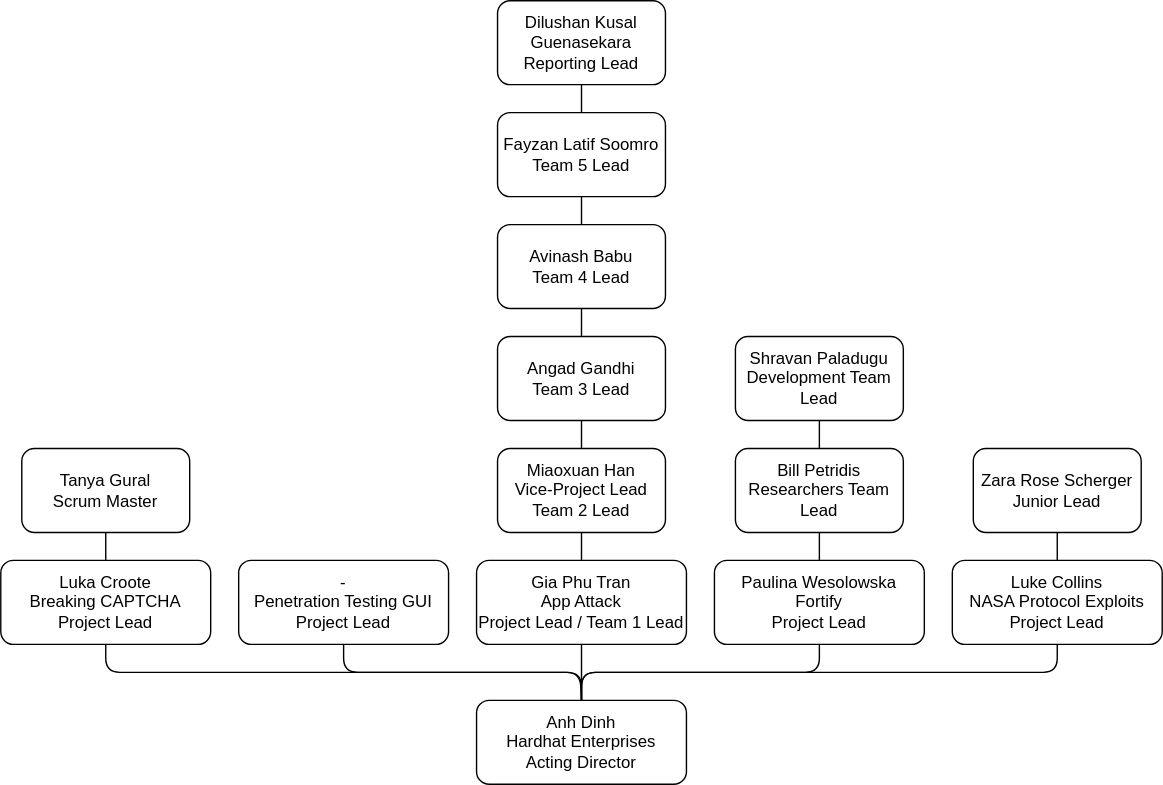
lukegcollins/hardhat-company-docs keeps this draw.io diagram as Task 4.1P - Company Progress Report/LeadershipTeam.drawio.svg. Above is the earlier version. Source tidied: cells renumbered, new cells last; positions are measured from the earlier drawing's top-left corner, leaving out a move shared by most shapes. Its diagram source:
```xml
<mxGraphModel>
  <root>
    <mxCell id="0" />
    <mxCell id="1" parent="0" />
    <mxCell id="2" value="Anh Dinh&lt;br&gt;Hardhat Enterprises&lt;br&gt;Acting Director" style="rounded=1;whiteSpace=wrap;html=1;" parent="1" vertex="1">
      <mxGeometry x="340" y="500" width="150" height="60" as="geometry" />
    </mxCell>
    <mxCell id="3" value="-&lt;br&gt;Penetration Testing GUI&lt;br&gt;Project Lead" style="rounded=1;whiteSpace=wrap;html=1;" parent="1" vertex="1">
      <mxGeometry x="170" y="400" width="150" height="60" as="geometry" />
    </mxCell>
    <mxCell id="4" value="Luke Collins&lt;br&gt;NASA Protocol Exploits&lt;br&gt;Project Lead" style="rounded=1;whiteSpace=wrap;html=1;" parent="1" vertex="1">
      <mxGeometry x="680" y="400" width="150" height="60" as="geometry" />
    </mxCell>
    <mxCell id="5" value="Luka Croote&lt;br&gt;Breaking CAPTCHA&lt;br&gt;Project Lead" style="rounded=1;whiteSpace=wrap;html=1;" parent="1" vertex="1">
      <mxGeometry y="400" width="150" height="60" as="geometry" />
    </mxCell>
    <mxCell id="6" value="Paulina Wesolowska&lt;br&gt;Fortify&lt;br&gt;Project Lead" style="rounded=1;whiteSpace=wrap;html=1;" parent="1" vertex="1">
      <mxGeometry x="510" y="400" width="150" height="60" as="geometry" />
    </mxCell>
    <mxCell id="7" value="Gia Phu Tran&lt;br&gt;App Attack&lt;br&gt;Project Lead / Team 1 Lead" style="rounded=1;whiteSpace=wrap;html=1;" parent="1" vertex="1">
      <mxGeometry x="340" y="400" width="150" height="60" as="geometry" />
    </mxCell>
    <mxCell id="8" value="Tanya Gural&lt;br&gt;Scrum Master" style="rounded=1;whiteSpace=wrap;html=1;" parent="1" vertex="1">
      <mxGeometry x="15" y="320" width="120" height="60" as="geometry" />
    </mxCell>
    <mxCell id="9" value="Bill Petridis&lt;br&gt;Researchers Team Lead" style="rounded=1;whiteSpace=wrap;html=1;" parent="1" vertex="1">
      <mxGeometry x="525" y="320" width="120" height="60" as="geometry" />
    </mxCell>
    <mxCell id="10" value="Zara Rose Scherger&lt;br&gt;Junior Lead" style="rounded=1;whiteSpace=wrap;html=1;" parent="1" vertex="1">
      <mxGeometry x="695" y="320" width="120" height="60" as="geometry" />
    </mxCell>
    <mxCell id="11" value="Angad Gandhi&lt;br&gt;Team 3 Lead" style="rounded=1;whiteSpace=wrap;html=1;" parent="1" vertex="1">
      <mxGeometry x="355" y="240" width="120" height="60" as="geometry" />
    </mxCell>
    <mxCell id="12" value="Miaoxuan Han&lt;br&gt;Vice-Project Lead&lt;br&gt;Team 2 Lead" style="rounded=1;whiteSpace=wrap;html=1;" parent="1" vertex="1">
      <mxGeometry x="355" y="320" width="120" height="60" as="geometry" />
    </mxCell>
    <mxCell id="13" value="Avinash Babu&lt;br&gt;Team 4 Lead" style="rounded=1;whiteSpace=wrap;html=1;" parent="1" vertex="1">
      <mxGeometry x="355" y="160" width="120" height="60" as="geometry" />
    </mxCell>
    <mxCell id="14" value="Fayzan Latif Soomro&lt;br&gt;Team 5 Lead" style="rounded=1;whiteSpace=wrap;html=1;" parent="1" vertex="1">
      <mxGeometry x="355" y="80" width="120" height="60" as="geometry" />
    </mxCell>
    <mxCell id="15" value="Shravan Paladugu&lt;br&gt;Development Team Lead" style="rounded=1;whiteSpace=wrap;html=1;" parent="1" vertex="1">
      <mxGeometry x="525" y="240" width="120" height="60" as="geometry" />
    </mxCell>
    <mxCell id="16" style="endArrow=none;html=1;exitX=0.5;exitY=0;exitDx=0;exitDy=0;entryX=0.5;entryY=1;entryDx=0;entryDy=0;" parent="1" edge="1" source="4" target="10">
      <mxGeometry relative="1" as="geometry" />
    </mxCell>
    <mxCell id="17" style="endArrow=none;html=1;exitX=0.5;exitY=0;exitDx=0;exitDy=0;entryX=0.5;entryY=1;entryDx=0;entryDy=0;" parent="1" edge="1" source="6" target="9">
      <mxGeometry relative="1" as="geometry" />
    </mxCell>
    <mxCell id="18" style="endArrow=none;html=1;exitX=0.5;exitY=0;exitDx=0;exitDy=0;entryX=0.5;entryY=1;entryDx=0;entryDy=0;" parent="1" edge="1" source="9" target="15">
      <mxGeometry relative="1" as="geometry" />
    </mxCell>
    <mxCell id="19" style="endArrow=none;html=1;exitX=0.5;exitY=0;exitDx=0;exitDy=0;entryX=0.5;entryY=1;entryDx=0;entryDy=0;" parent="1" edge="1" source="7" target="12">
      <mxGeometry relative="1" as="geometry" />
    </mxCell>
    <mxCell id="20" style="endArrow=none;html=1;exitX=0.5;exitY=0;exitDx=0;exitDy=0;entryX=0.5;entryY=1;entryDx=0;entryDy=0;" parent="1" edge="1" source="12" target="11">
      <mxGeometry relative="1" as="geometry" />
    </mxCell>
    <mxCell id="21" style="endArrow=none;html=1;exitX=0.5;exitY=0;exitDx=0;exitDy=0;entryX=0.5;entryY=1;entryDx=0;entryDy=0;" parent="1" edge="1" source="11" target="13">
      <mxGeometry relative="1" as="geometry" />
    </mxCell>
    <mxCell id="22" style="endArrow=none;html=1;exitX=0.5;exitY=0;exitDx=0;exitDy=0;entryX=0.5;entryY=1;entryDx=0;entryDy=0;" parent="1" edge="1" source="13" target="14">
      <mxGeometry relative="1" as="geometry" />
    </mxCell>
    <mxCell id="23" style="endArrow=none;html=1;exitX=0.5;exitY=0;exitDx=0;exitDy=0;entryX=0.5;entryY=1;entryDx=0;entryDy=0;" parent="1" edge="1" source="14" target="30">
      <mxGeometry relative="1" as="geometry" />
    </mxCell>
    <mxCell id="24" style="endArrow=none;html=1;exitX=0.5;exitY=0;exitDx=0;exitDy=0;entryX=0.5;entryY=1;entryDx=0;entryDy=0;" parent="1" edge="1" source="5" target="8">
      <mxGeometry relative="1" as="geometry" />
    </mxCell>
    <mxCell id="25" style="endArrow=none;html=1;entryX=0.5;entryY=1;entryDx=0;entryDy=0;exitX=0.5;exitY=0;exitDx=0;exitDy=0;" parent="1" edge="1" source="2" target="5">
      <mxGeometry relative="1" as="geometry">
        <Array as="points">
          <mxPoint x="414" y="480" />
          <mxPoint x="75" y="480" />
        </Array>
      </mxGeometry>
    </mxCell>
    <mxCell id="26" style="endArrow=none;html=1;entryX=0.5;entryY=1;entryDx=0;entryDy=0;exitX=0.5;exitY=0;exitDx=0;exitDy=0;" parent="1" edge="1" source="2" target="3">
      <mxGeometry relative="1" as="geometry">
        <Array as="points">
          <mxPoint x="415" y="480" />
          <mxPoint x="245" y="480" />
        </Array>
      </mxGeometry>
    </mxCell>
    <mxCell id="27" style="endArrow=none;html=1;exitX=0.5;exitY=1;exitDx=0;exitDy=0;entryX=0.5;entryY=0;entryDx=0;entryDy=0;" parent="1" edge="1" source="7" target="2">
      <mxGeometry relative="1" as="geometry" />
    </mxCell>
    <mxCell id="28" style="endArrow=none;html=1;exitX=0.5;exitY=0;exitDx=0;exitDy=0;entryX=0.5;entryY=1;entryDx=0;entryDy=0;" parent="1" edge="1" source="2" target="6">
      <mxGeometry relative="1" as="geometry">
        <Array as="points">
          <mxPoint x="415" y="480" />
          <mxPoint x="585" y="480" />
        </Array>
      </mxGeometry>
    </mxCell>
    <mxCell id="29" style="endArrow=none;html=1;entryX=0.5;entryY=1;entryDx=0;entryDy=0;exitX=0.5;exitY=0;exitDx=0;exitDy=0;" parent="1" edge="1" source="2" target="4">
      <mxGeometry relative="1" as="geometry">
        <Array as="points">
          <mxPoint x="415" y="480" />
          <mxPoint x="755" y="480" />
        </Array>
      </mxGeometry>
    </mxCell>
    <mxCell id="30" value="Dilushan Kusal Guenasekara&lt;br&gt;Reporting Lead" style="rounded=1;whiteSpace=wrap;html=1;" parent="1" vertex="1">
      <mxGeometry x="355" width="120" height="60" as="geometry" />
    </mxCell>
  </root>
</mxGraphModel>
```
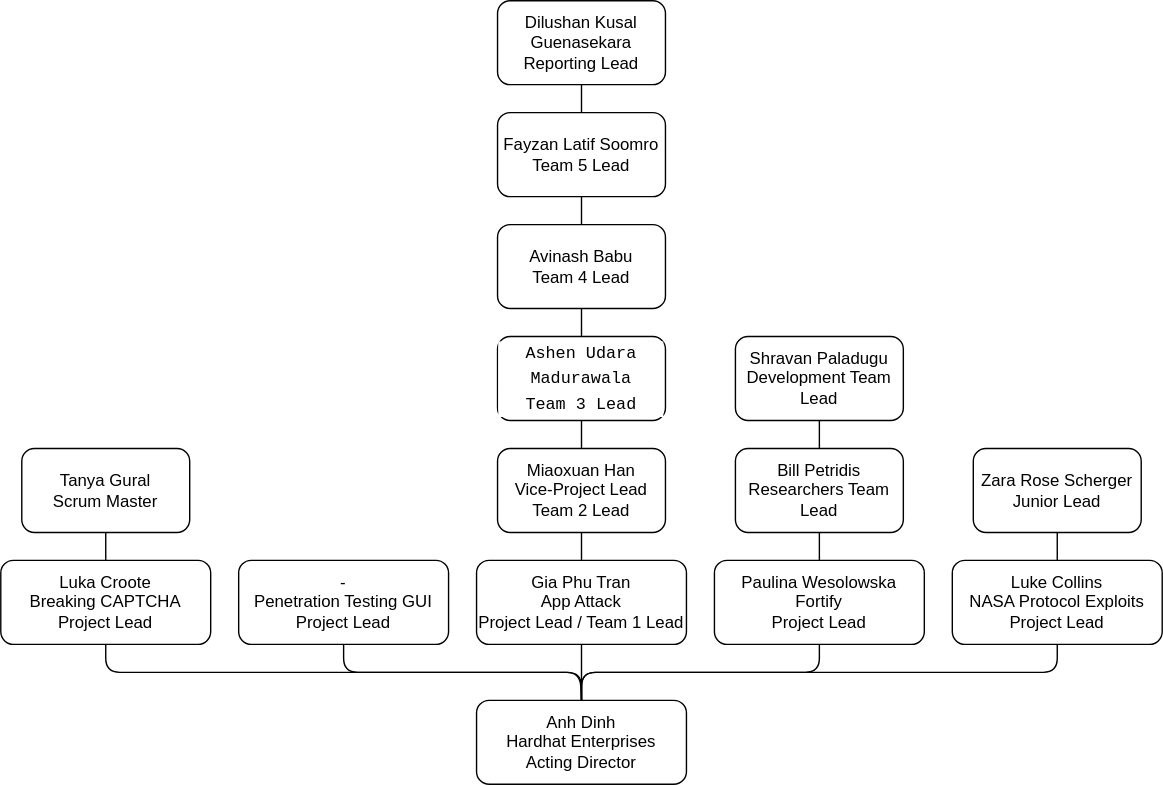
Later version of the same file.

The edit, as a diff of the source:
```diff
@@ -29,7 +29,7 @@
     <mxCell id="10" value="Zara Rose Scherger&lt;br&gt;Junior Lead" style="rounded=1;whiteSpace=wrap;html=1;" parent="1" vertex="1">
       <mxGeometry x="695" y="320" width="120" height="60" as="geometry" />
     </mxCell>
-    <mxCell id="11" value="Angad Gandhi&lt;br&gt;Team 3 Lead" style="rounded=1;whiteSpace=wrap;html=1;" parent="1" vertex="1">
+    <mxCell id="11" value="&lt;div style=&quot;background-color: rgb(255 , 255 , 255) ; font-family: &amp;#34;menlo&amp;#34; , &amp;#34;monaco&amp;#34; , &amp;#34;courier new&amp;#34; , monospace ; line-height: 18px&quot;&gt;Ashen Udara Madurawala&lt;/div&gt;&lt;div style=&quot;background-color: rgb(255 , 255 , 255) ; font-family: &amp;#34;menlo&amp;#34; , &amp;#34;monaco&amp;#34; , &amp;#34;courier new&amp;#34; , monospace ; line-height: 18px&quot;&gt;Team 3 Lead&lt;/div&gt;" style="rounded=1;whiteSpace=wrap;html=1;" parent="1" vertex="1">
       <mxGeometry x="355" y="240" width="120" height="60" as="geometry" />
     </mxCell>
     <mxCell id="12" value="Miaoxuan Han&lt;br&gt;Vice-Project Lead&lt;br&gt;Team 2 Lead" style="rounded=1;whiteSpace=wrap;html=1;" parent="1" vertex="1">
```
